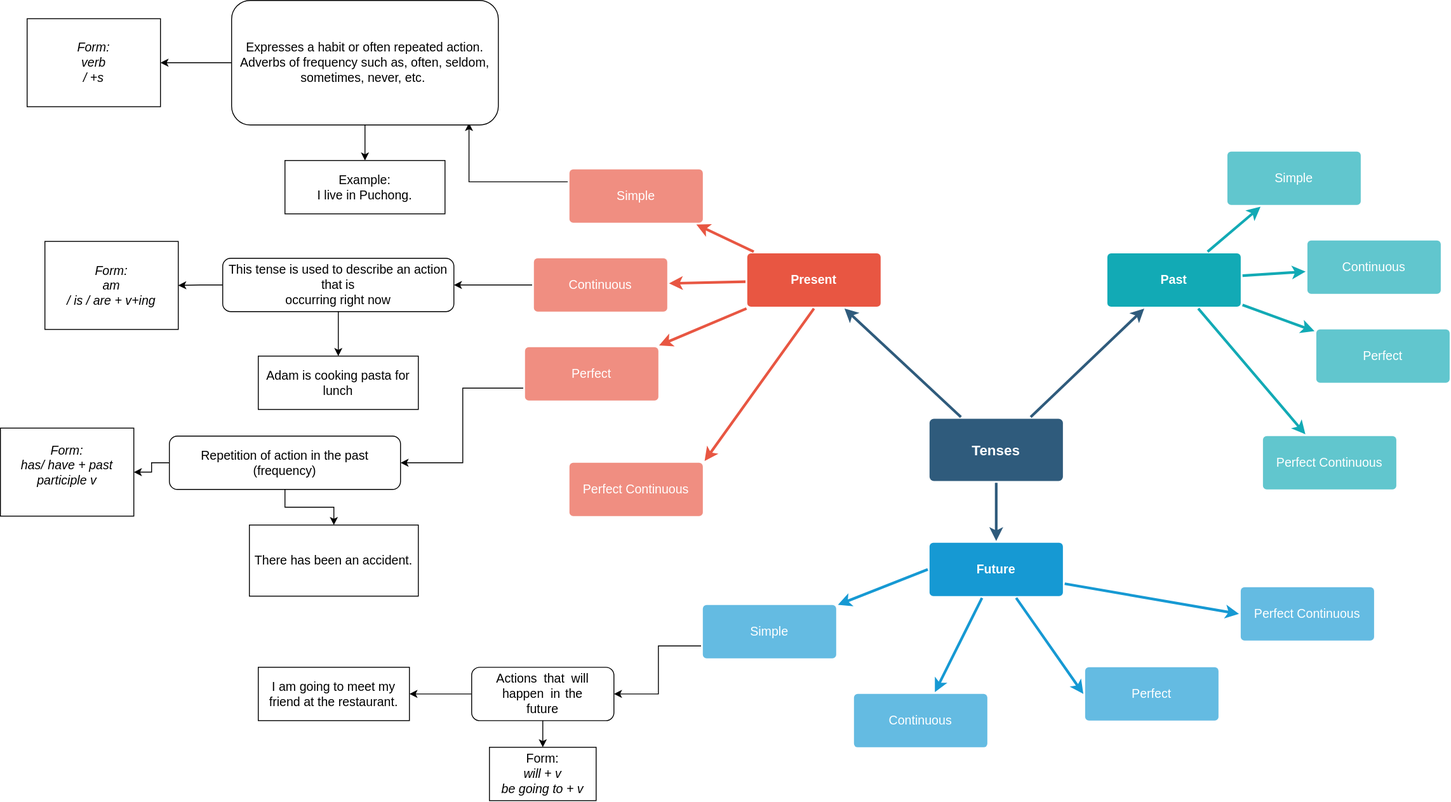
Earlier version of the draw.io export Tense.drawio.svg (mhrk04/WED10402-CE). Source tidied: cells renumbered, new cells last; positions are measured from the earlier drawing's top-left corner, leaving out a move shared by most shapes.
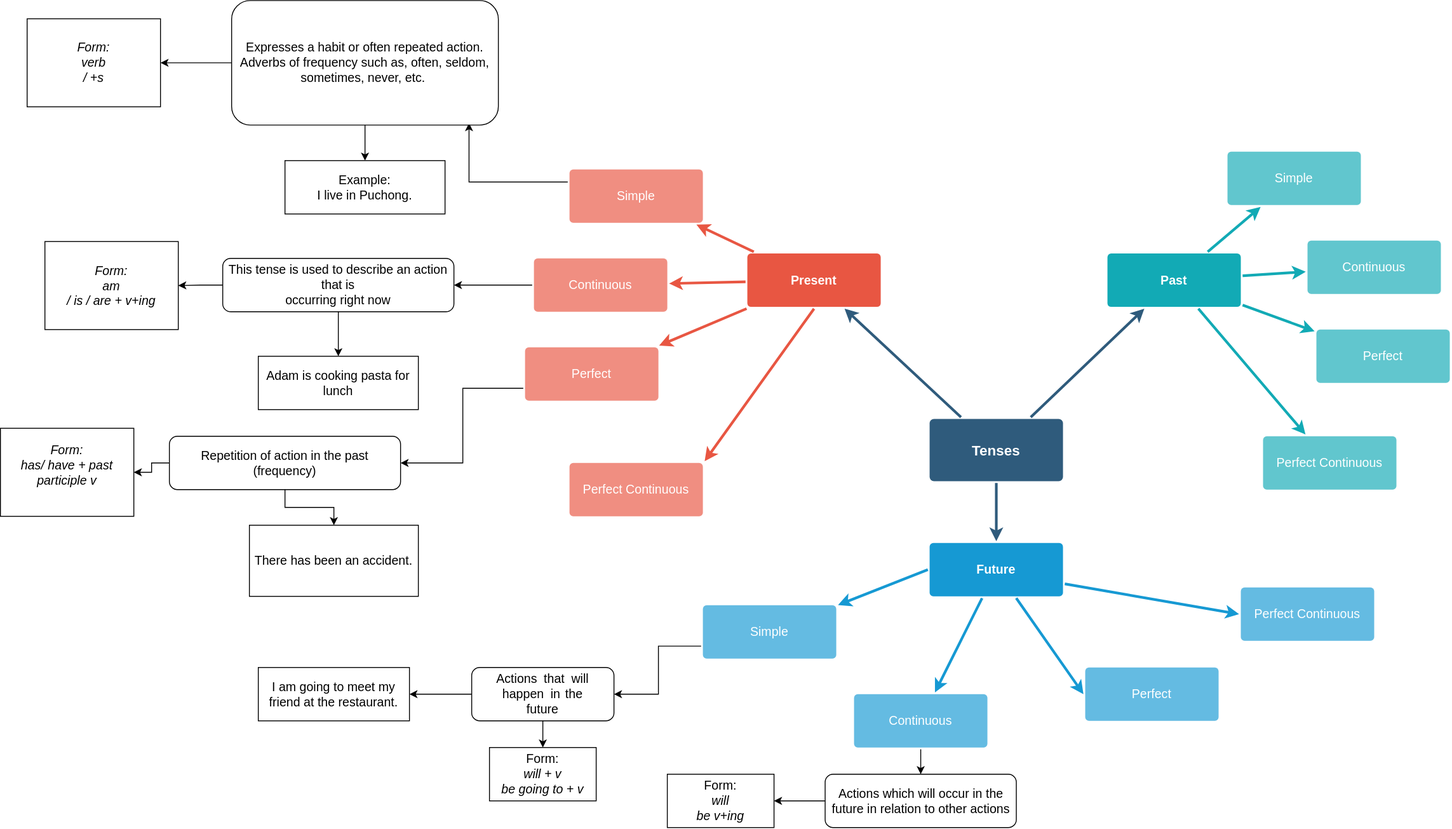
The same diagram one commit later.

The edit, as a diff of the source:
```diff
@@ -59,6 +59,9 @@
     <mxCell id="20" value="Perfect" style="rounded=1;whiteSpace=wrap;html=1;shadow=0;labelBackgroundColor=none;strokeColor=none;strokeWidth=3;fillColor=#64bbe2;fontFamily=Helvetica;fontSize=14;fontColor=#FFFFFF;align=center;spacing=5;arcSize=7;perimeterSpacing=2;" parent="1" vertex="1">
       <mxGeometry x="1220" y="750" width="150" height="60" as="geometry" />
     </mxCell>
+    <mxCell id="57" style="edgeStyle=orthogonalEdgeStyle;rounded=0;jettySize=auto;html=1;exitX=0.5;exitY=1;exitDx=0;exitDy=0;entryX=0.5;entryY=0;entryDx=0;entryDy=0;fontSize=14;fontColor=#000000;" parent="1" edge="1" source="21" target="60">
+      <mxGeometry relative="1" as="geometry" />
+    </mxCell>
     <mxCell id="21" value="Continuous" style="rounded=1;whiteSpace=wrap;html=1;shadow=0;labelBackgroundColor=none;strokeColor=none;strokeWidth=3;fillColor=#64bbe2;fontFamily=Helvetica;fontSize=14;fontColor=#FFFFFF;align=center;spacing=5;arcSize=7;perimeterSpacing=2;" parent="1" vertex="1">
       <mxGeometry x="960" y="780" width="150" height="60" as="geometry" />
     </mxCell>
@@ -167,5 +170,14 @@
     <mxCell id="56" value="I am going to meet my friend at the restaurant." style="rounded=0;whiteSpace=wrap;html=1;fontSize=14;" parent="1" vertex="1">
       <mxGeometry x="290" y="750" width="170" height="60" as="geometry" />
     </mxCell>
+    <mxCell id="58" value="Form:&lt;br&gt;&lt;i&gt;&lt;span style=&quot;font-size:12.0pt;line-height:107%;font-family:&amp;quot;Cambria&amp;quot;,serif;&lt;br/&gt;mso-fareast-font-family:Calibri;mso-bidi-font-family:Arial;color:#232021;&lt;br/&gt;mso-ansi-language:EN-GB;mso-fareast-language:EN-US;mso-bidi-language:AR-SA&quot; lang=&quot;EN-GB&quot;&gt;will&lt;br/&gt;be v+ing&lt;/span&gt;&lt;/i&gt;" style="rounded=0;whiteSpace=wrap;html=1;labelBackgroundColor=none;fontSize=14;fontColor=#000000;" parent="1" vertex="1">
+      <mxGeometry x="750" y="870" width="120" height="60" as="geometry" />
+    </mxCell>
+    <mxCell id="59" style="edgeStyle=orthogonalEdgeStyle;rounded=0;jettySize=auto;html=1;exitX=0;exitY=0.5;exitDx=0;exitDy=0;entryX=1;entryY=0.5;entryDx=0;entryDy=0;fontSize=14;fontColor=#000000;" parent="1" edge="1" source="60" target="58">
+      <mxGeometry relative="1" as="geometry" />
+    </mxCell>
+    <mxCell id="60" value="&lt;span style=&quot;font-size:12.0pt;line-height:&lt;br/&gt;107%;font-family:&amp;quot;Cambria&amp;quot;,serif;mso-fareast-font-family:Calibri;mso-bidi-font-family:&lt;br/&gt;Arial;color:#232021;mso-ansi-language:EN-GB;mso-fareast-language:EN-US;&lt;br/&gt;mso-bidi-language:AR-SA&quot; lang=&quot;EN-GB&quot;&gt;Actions which will occur in&lt;span style=&quot;letter-spacing:&lt;br/&gt;-.35pt&quot;&gt; &lt;/span&gt;the future in relation to other&lt;span style=&quot;letter-spacing:&lt;br/&gt;-.5pt&quot;&gt; &lt;/span&gt;actions&lt;/span&gt;" style="rounded=1;whiteSpace=wrap;html=1;labelBackgroundColor=none;fontSize=14;fontColor=#000000;" parent="1" vertex="1">
+      <mxGeometry x="927.5" y="870" width="215" height="60" as="geometry" />
+    </mxCell>
   </root>
 </mxGraphModel>
```
